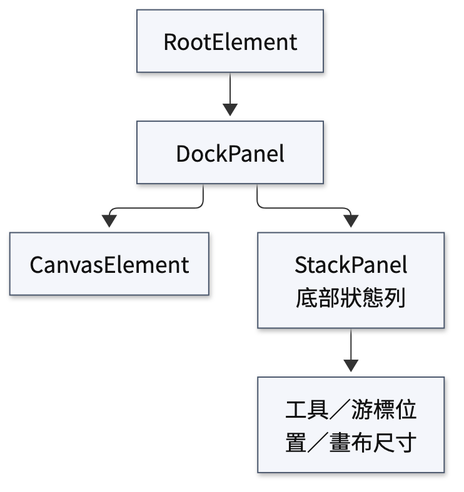
This is docs/figures/app_a_layout-tree.png from YuanOwO/CG-hw1-paint, a Mermaid export, as it was before one commit. Its source is kept beside it as docs/figures-src/app_a_layout-tree.mmd.
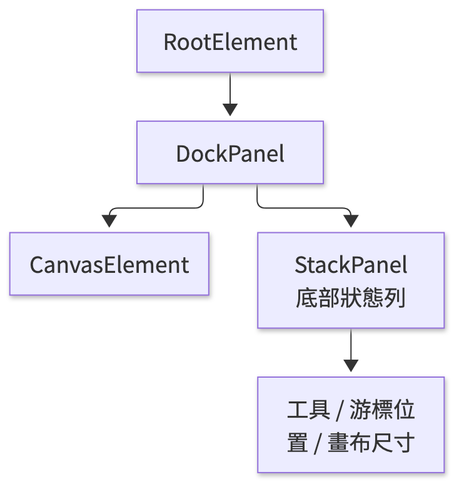
After the change.

What changed in the source:
```diff
@@ -2,7 +2,4 @@
     root[RootElement] --> dock[DockPanel]
     dock --> canvas[CanvasElement]
     dock --> bottom[StackPanel<br/>底部狀態列]
-    bottom --> status[工具／游標位置／畫布尺寸]
-
-    classDef element fill:#f4f6fb,stroke:#49566b,color:#111,stroke-width:1px;
-    class root,dock,bottom,canvas,status element;
+    bottom --> status[工具 / 游標位置 / 畫布尺寸]
```
